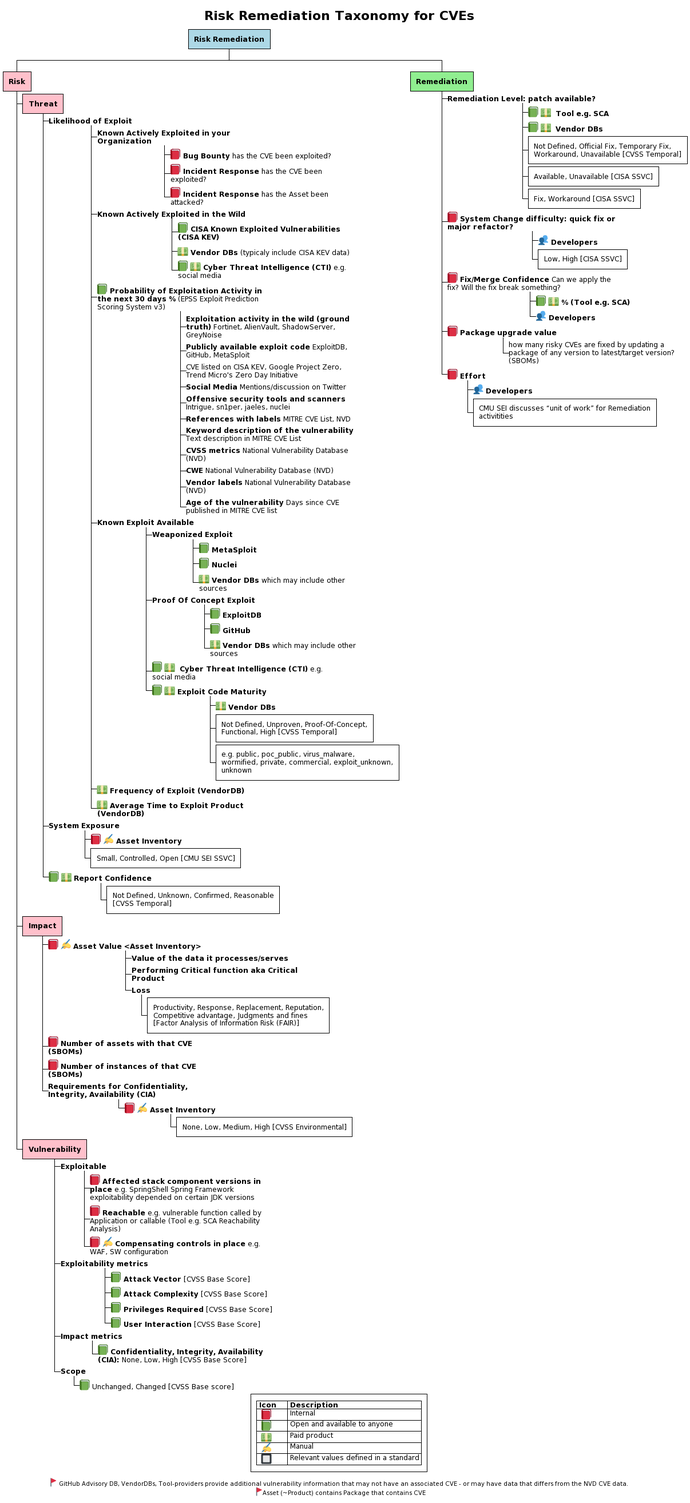
This is images/RiskRemediation.png from theparanoids/PrioritizedRiskRemediation, a PlantUML export, as it was before one commit.
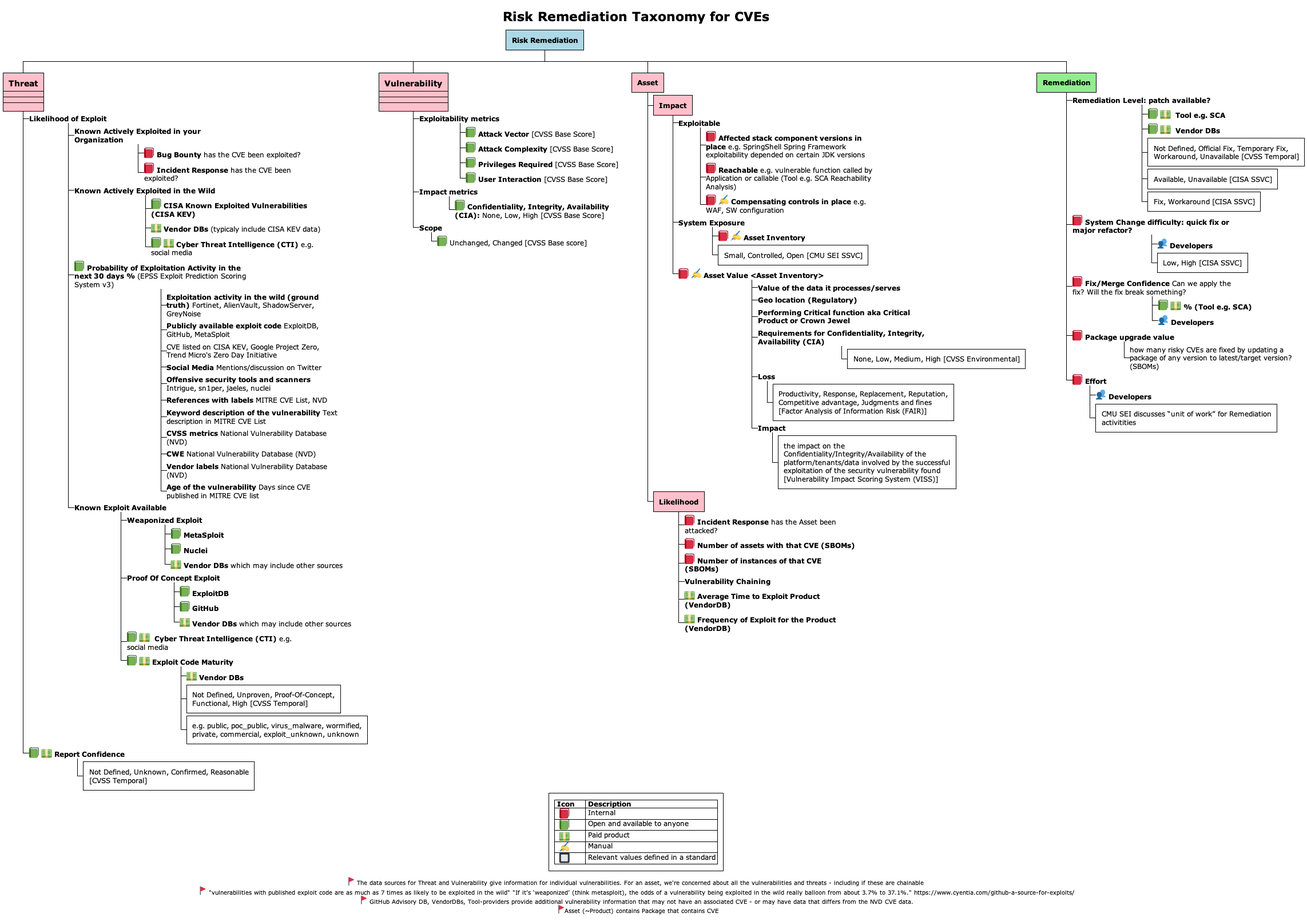
Later version of the same file.

Diff of the diagram source:
```diff
@@ -1,4 +1,4 @@
-@startwbs
+@startwbs RiskRemediation
 !theme plain
 
 <style>
@@ -9,10 +9,12 @@
   .risk {
       BackgroundColor pink
   }
+  .asset {
+      BackgroundColor orange
+  }
   .remediation {
       BackgroundColor lightgreen
   }
-
 }
 
 </style>
@@ -20,85 +22,103 @@
 Title Risk Remediation Taxonomy for CVEs
 
 * **Risk Remediation** <<riskremediation>>
-** **Risk** <<risk>>
-
-*** **Threat** <<risk>>
-****_ **Likelihood of Exploit**
-*****_ **Known Actively Exploited in your Organization**
-******_ <:closed_book:> **Bug Bounty** has the CVE been exploited?
-******_ <:closed_book:> **Incident Response** has the CVE been exploited?
-******_ <:closed_book:> **Incident Response** has the Asset been attacked?
-
-*****_ **Known Actively Exploited in the Wild**
-******_ <:green_book:> **CISA Known Exploited Vulnerabilities (CISA KEV)**
-******_ <:dollar:> **Vendor DBs** (typicaly include CISA KEV data)
-******_ <:green_book:> <:dollar:> **Cyber Threat Intelligence (CTI)** e.g. social media
-
-*****_  <:green_book:> **Probability of Exploitation Activity in the next 30 days % **(EPSS Exploit Prediction Scoring System v3)
-******_ **Exploitation activity in the wild (ground truth)** Fortinet, AlienVault, ShadowServer, GreyNoise
-******_ **Publicly available exploit code** ExploitDB, GitHub, MetaSploit
-******_ CVE listed on CISA KEV, Google Project Zero, Trend Micro's Zero Day Initiative
-******_ **Social Media** Mentions/discussion on Twitter
-******_ **Offensive security tools and scanners** Intrigue, sn1per, jaeles, nuclei
-******_ **References with labels** MITRE CVE List, NVD
-******_ **Keyword description of the vulnerability** Text description in MITRE CVE List
-******_ **CVSS metrics** National Vulnerability Database (NVD)
-******_ **CWE** National Vulnerability Database (NVD)
-******_ **Vendor labels** National Vulnerability Database (NVD)
-******_ **Age of the vulnerability** Days since CVE published in MITRE CVE list
 
 
-*****_ **Known Exploit Available**
-******_ **Weaponized Exploit**
-*******_ <:green_book:>** MetaSploit**
-*******_ <:green_book:>** Nuclei**
-*******_ <:dollar:>** Vendor DBs** which may include other sources
-******_ **Proof Of Concept Exploit**
-*******_ <:green_book:>** ExploitDB**
-*******_ <:green_book:>** GitHub**
-*******_ <:dollar:>** Vendor DBs** which may include other sources
-******_ <:green_book:> <:dollar:>  **Cyber Threat Intelligence (CTI)** e.g. social media
-******_ <:green_book:> <:dollar:> **Exploit Code Maturity **
-*******_ <:dollar:> **Vendor DBs**
-******* Not Defined, Unproven, Proof-Of-Concept, Functional, High [CVSS Temporal]
-******* e.g. public, poc_public, virus_malware, wormified, private, commercial, exploit_unknown, unknown
-*****_ <:dollar:> **Frequency of Exploit (VendorDB)**
-*****_ <:dollar:> **Average Time to Exploit Product (VendorDB)**
-****_ **System Exposure**
-*****_ <:closed_book:> <:writing_hand:> **Asset Inventory **
-***** Small, Controlled, Open [CMU SEI SSVC]
-****_ <:green_book:> <:dollar:> **Report Confidence **
-***** Not Defined, Unknown, Confirmed, Reasonable [CVSS Temporal]
+
+**[#pink]:==Threat
+----
+----
+----;
+***_ **Likelihood of Exploit**
+****_ **Known Actively Exploited in your Organization**
+*****_ <:closed_book:> **Bug Bounty** has the CVE been exploited?
+*****_ <:closed_book:> **Incident Response** has the CVE been exploited?
+****_ **Known Actively Exploited in the Wild**
+*****_ <:green_book:> **CISA Known Exploited Vulnerabilities (CISA KEV)**
+*****_ <:dollar:> **Vendor DBs** (typicaly include CISA KEV data)
+*****_ <:green_book:> <:dollar:> **Cyber Threat Intelligence (CTI)** e.g. social media
+****_  <:green_book:> **Probability of Exploitation Activity in the next 30 days % **(EPSS Exploit Prediction Scoring System v3)
+*****_ **Exploitation activity in the wild (ground truth)** Fortinet, AlienVault, ShadowServer, GreyNoise
+*****_ **Publicly available exploit code** ExploitDB, GitHub, MetaSploit
+*****_ CVE listed on CISA KEV, Google Project Zero, Trend Micro's Zero Day Initiative
+*****_ **Social Media** Mentions/discussion on Twitter
+*****_ **Offensive security tools and scanners** Intrigue, sn1per, jaeles, nuclei
+*****_ **References with labels** MITRE CVE List, NVD
+*****_ **Keyword description of the vulnerability** Text description in MITRE CVE List
+*****_ **CVSS metrics** National Vulnerability Database (NVD)
+*****_ **CWE** National Vulnerability Database (NVD)
+*****_ **Vendor labels** National Vulnerability Database (NVD)
+*****_ **Age of the vulnerability** Days since CVE published in MITRE CVE list
+****_ **Known Exploit Available**
+*****_ **Weaponized Exploit**
+******_ <:green_book:>** MetaSploit**
+******_ <:green_book:>** Nuclei**
+******_ <:dollar:>** Vendor DBs** which may include other sources
+*****_ **Proof Of Concept Exploit**
+******_ <:green_book:>** ExploitDB**
+******_ <:green_book:>** GitHub**
+******_ <:dollar:>** Vendor DBs** which may include other sources
+*****_ <:green_book:> <:dollar:>  **Cyber Threat Intelligence (CTI)** e.g. social media
+*****_ <:green_book:> <:dollar:> **Exploit Code Maturity **
+******_ <:dollar:> **Vendor DBs**
+****** Not Defined, Unproven, Proof-Of-Concept, Functional, High [CVSS Temporal]
+****** e.g. public, poc_public, virus_malware, wormified, private, commercial, exploit_unknown, unknown
+***_ <:green_book:> <:dollar:> **Report Confidence **
+**** Not Defined, Unknown, Confirmed, Reasonable [CVSS Temporal]
 
 
+
+
+**[#pink]:==Vulnerability
+----
+----
+----;
+
+***_ **Exploitability metrics **
+****_ <:green_book:> **Attack Vector** [CVSS Base Score]
+****_ <:green_book:> **Attack Complexity** [CVSS Base Score]
+****_ <:green_book:> **Privileges Required** [CVSS Base Score]
+****_ <:green_book:> **User Interaction** [CVSS Base Score]
+
+***_ **Impact metrics **
+****_ <:green_book:> **Confidentiality, Integrity, Availability (CIA):** None, Low, High [CVSS Base Score]
+***_ **Scope**
+****_ <:green_book:> Unchanged, Changed [CVSS Base score]
+
+** **Asset** <<risk>>
+
 *** **Impact** <<risk>>
-****_ <:closed_book:> <:writing_hand:> **Asset Value <Asset Inventory>**
-*****_ **Value of the data it processes/serves**
-*****_ **Performing Critical function aka Critical Product**
-*****_ **Loss**
-****** Productivity, Response, Replacement, Reputation, Competitive advantage, Judgments and fines [Factor Analysis of Information Risk (FAIR)]
-****_ <:closed_book:> **Number of assets with that CVE (SBOMs)**
-****_ <:closed_book:> **Number of instances of that CVE (SBOMs)**
-****_ **Requirements for Confidentiality, Integrity, Availability (CIA) **
-*****_ <:closed_book:> <:writing_hand:> **Asset Inventory**
-****** None, Low, Medium, High [CVSS Environmental]
 
-*** **Vulnerability** <<risk>>
 ****_ **Exploitable**
 *****_ <:closed_book:> **Affected stack component versions in place** e.g. SpringShell Spring Framework exploitability depended on certain JDK versions
 *****_ <:closed_book:> **Reachable** e.g. vulnerable function called by Application or callable (Tool e.g. SCA Reachability Analysis)
 *****_ <:closed_book:> <:writing_hand:> **Compensating controls in place** e.g. WAF, SW configuration
-****_ **Exploitability metrics **
-*****_ <:green_book:> **Attack Vector** [CVSS Base Score]
-*****_ <:green_book:> **Attack Complexity** [CVSS Base Score]
-*****_ <:green_book:> **Privileges Required** [CVSS Base Score]
-*****_ <:green_book:> **User Interaction** [CVSS Base Score]
 
-****_ **Impact metrics **
-*****_ <:green_book:> **Confidentiality, Integrity, Availability (CIA):** None, Low, High [CVSS Base Score]
-****_ **Scope**
-*****_ <:green_book:> Unchanged, Changed [CVSS Base score]
+****_ **System Exposure**
+*****_ <:closed_book:> <:writing_hand:> **Asset Inventory **
+***** Small, Controlled, Open [CMU SEI SSVC]
 
+****_ <:closed_book:> <:writing_hand:> **Asset Value <Asset Inventory>**
+*****_ **Value of the data it processes/serves**
+*****_ **Geo location (Regulatory)**
+*****_ **Performing Critical function aka Critical Product or Crown Jewel**
+
+*****_ **Requirements for Confidentiality, Integrity, Availability (CIA) **
+****** None, Low, Medium, High [CVSS Environmental]
+
+*****_ **Loss**
+****** Productivity, Response, Replacement, Reputation, Competitive advantage, Judgments and fines [Factor Analysis of Information Risk (FAIR)]
+
+*****_ **Impact**
+****** the impact on the Confidentiality/Integrity/Availability of the platform/tenants/data involved by the successful exploitation of the security vulnerability found [Vulnerability Impact Scoring System (VISS)]
+
+*** **Likelihood** <<risk>>
+****_ <:closed_book:> **Incident Response** has the Asset been attacked?
+****_ <:closed_book:> **Number of assets with that CVE (SBOMs)**
+****_ <:closed_book:> **Number of instances of that CVE (SBOMs)**
+****_ **Vulnerability Chaining**
+****_ <:dollar:> **Average Time to Exploit Product (VendorDB)**
+****_ <:dollar:> **Frequency of Exploit for the Product (VendorDB)**
 
 
 ** **Remediation** <<remediation>>
@@ -130,6 +150,6 @@
     |  <:black_square_button:> | Relevant values defined in a standard |
 endlegend
 
-center footer <:triangular_flag_on_post:> GitHub Advisory DB, VendorDBs, Tool-providers provide additional vulnerability information that may not have an associated CVE - or may have data that differs from the NVD CVE data. \n <:triangular_flag_on_post:>Asset (~Product) contains Package that contains CVE
+center footer <:triangular_flag_on_post:> The data sources for Threat and Vulnerability give information for individual vulnerabilities. For an asset, we're concerned about all the vulnerabilities and threats - including if these are chainable \n <:triangular_flag_on_post:> "vulnerabilities with published exploit code are as much as 7 times as likely to be exploited in the wild" "If it’s ‘weaponized’ (think metasploit), the odds of a vulnerability being exploited in the wild really balloon from about 3.7% to 37.1%." https://www.cyentia.com/github-a-source-for-exploits/ \n <:triangular_flag_on_post:> GitHub Advisory DB, VendorDBs, Tool-providers provide additional vulnerability information that may not have an associated CVE - or may have data that differs from the NVD CVE data. \n <:triangular_flag_on_post:>Asset (~Product) contains Package that contains CVE
 
 @endwbs
```
